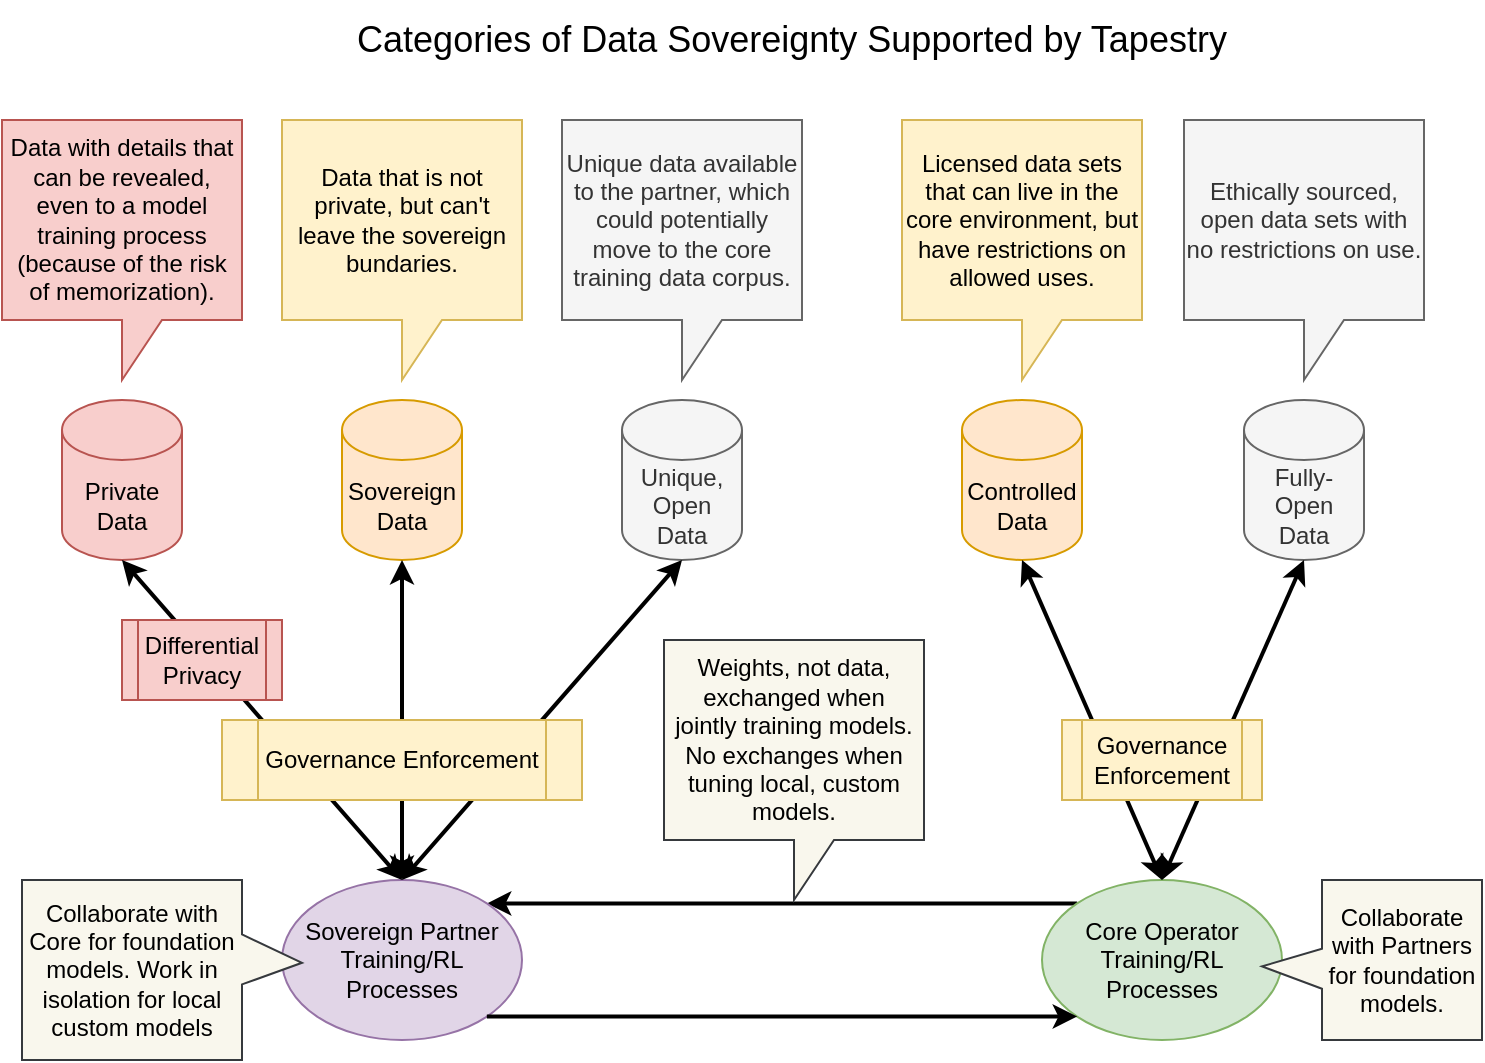
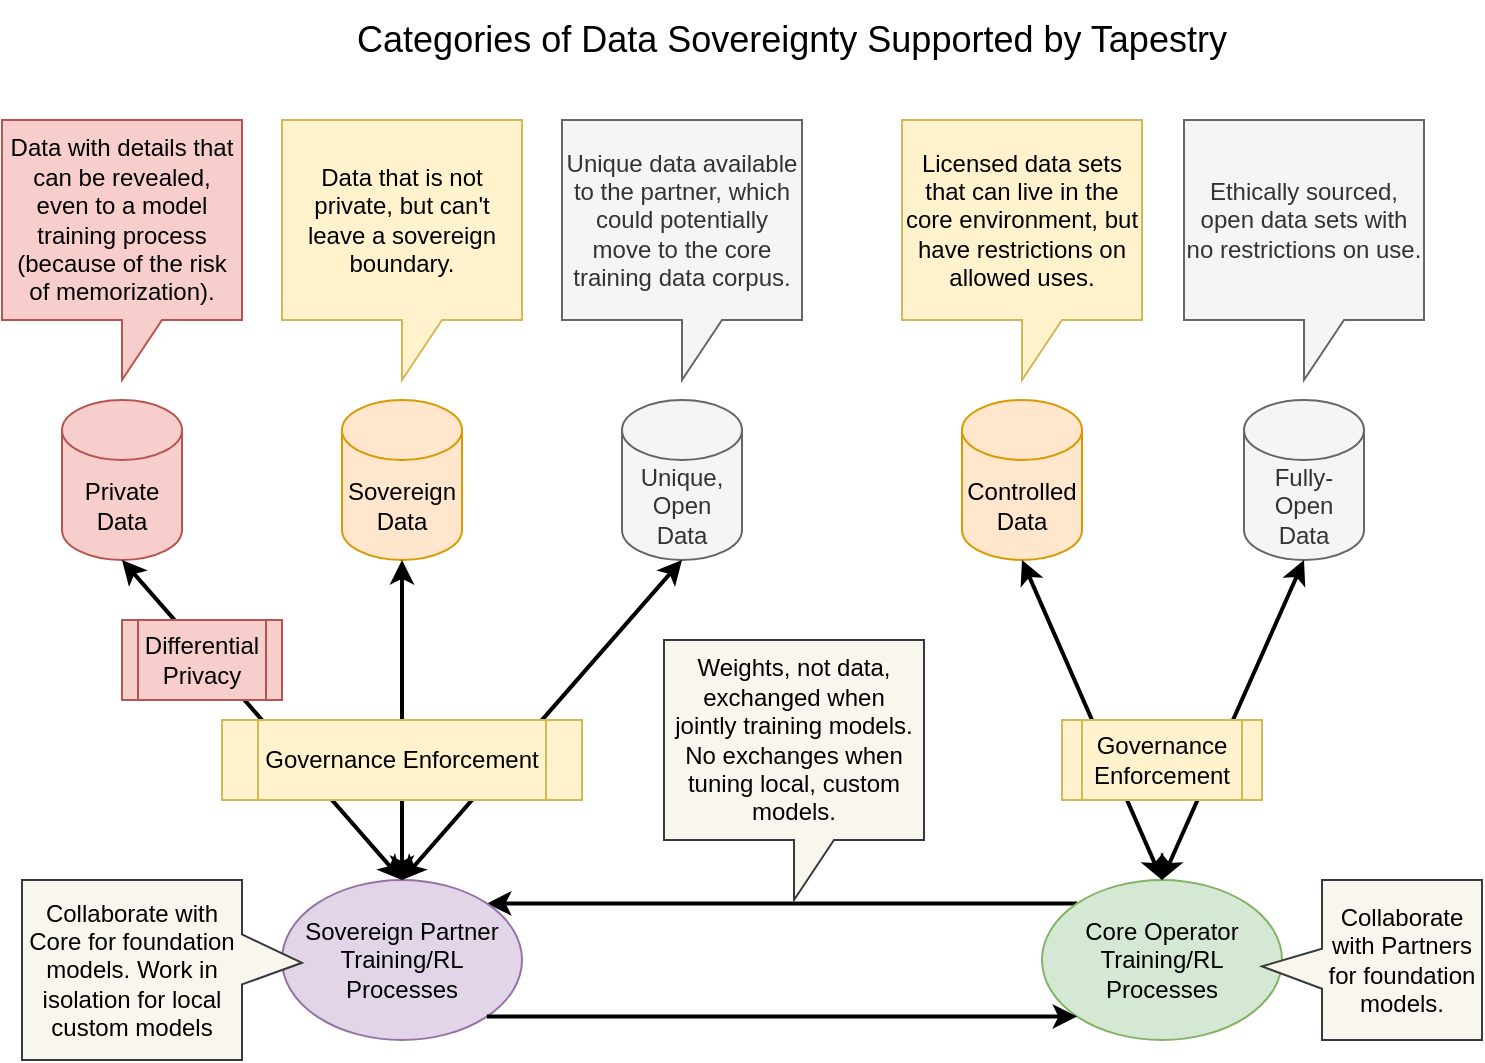
<mxfile host="Electron">
  <diagram name="Page-1" id="5GKT-VihkCmrRgoHBOGI">
-     <mxGraphModel dx="1328" dy="832" grid="1" gridSize="10" guides="1" tooltips="1" connect="1" arrows="1" fold="1" page="1" pageScale="1" pageWidth="850" pageHeight="1100" math="0" shadow="0">
+     <mxGraphModel dx="1926" dy="1206" grid="1" gridSize="10" guides="1" tooltips="1" connect="1" arrows="1" fold="1" page="1" pageScale="1" pageWidth="850" pageHeight="1100" math="0" shadow="0">
      <root>
        <mxCell id="0" />
        <mxCell id="1" parent="0" />
        <mxCell id="syFpzNw0Nt3ccXYTVD9k-30" edge="1" parent="1" source="syFpzNw0Nt3ccXYTVD9k-2" style="edgeStyle=none;rounded=0;orthogonalLoop=1;jettySize=auto;html=1;exitX=0;exitY=0;exitDx=0;exitDy=0;entryX=1;entryY=0;entryDx=0;entryDy=0;strokeWidth=2;" target="syFpzNw0Nt3ccXYTVD9k-3">
          <mxGeometry relative="1" as="geometry" />
        </mxCell>
        <mxCell id="syFpzNw0Nt3ccXYTVD9k-2" parent="1" style="ellipse;whiteSpace=wrap;html=1;fillColor=#d5e8d4;strokeColor=#82b366;" value="Core Operator Training/RL Processes" vertex="1">
          <mxGeometry height="80" width="120" x="580" y="480" as="geometry" />
        </mxCell>
        <mxCell id="syFpzNw0Nt3ccXYTVD9k-3" parent="1" style="ellipse;whiteSpace=wrap;html=1;fillColor=#e1d5e7;strokeColor=#9673a6;" value="Sovereign Partner Training/RL Processes" vertex="1">
          <mxGeometry height="80" width="120" x="200" y="480" as="geometry" />
        </mxCell>
        <mxCell id="syFpzNw0Nt3ccXYTVD9k-4" parent="1" style="shape=cylinder3;whiteSpace=wrap;html=1;boundedLbl=1;backgroundOutline=1;size=15;fillColor=#f8cecc;strokeColor=#b85450;" value="Private&lt;div&gt;Data&lt;/div&gt;" vertex="1">
          <mxGeometry height="80" width="60" x="90" y="240" as="geometry" />
        </mxCell>
        <mxCell id="syFpzNw0Nt3ccXYTVD9k-6" edge="1" parent="1" source="syFpzNw0Nt3ccXYTVD9k-3" style="endArrow=classic;startArrow=classic;html=1;rounded=0;entryX=0.5;entryY=1;entryDx=0;entryDy=0;entryPerimeter=0;exitX=0.5;exitY=0;exitDx=0;exitDy=0;strokeWidth=2;" target="syFpzNw0Nt3ccXYTVD9k-4" value="">
          <mxGeometry height="50" relative="1" width="50" as="geometry">
            <mxPoint x="420" y="500" as="sourcePoint" />
            <mxPoint x="470" y="450" as="targetPoint" />
          </mxGeometry>
        </mxCell>
        <mxCell id="syFpzNw0Nt3ccXYTVD9k-5" parent="1" style="shape=process;whiteSpace=wrap;html=1;backgroundOutline=1;fillColor=#f8cecc;strokeColor=#b85450;" value="Differential Privacy" vertex="1">
          <mxGeometry height="40" width="80" x="120" y="350" as="geometry" />
        </mxCell>
        <mxCell id="syFpzNw0Nt3ccXYTVD9k-7" parent="1" style="shape=cylinder3;whiteSpace=wrap;html=1;boundedLbl=1;backgroundOutline=1;size=15;fillColor=#ffe6cc;strokeColor=#d79b00;" value="Sovereign Data" vertex="1">
          <mxGeometry height="80" width="60" x="230" y="240" as="geometry" />
        </mxCell>
        <mxCell id="syFpzNw0Nt3ccXYTVD9k-8" edge="1" parent="1" source="syFpzNw0Nt3ccXYTVD9k-3" style="endArrow=classic;startArrow=classic;html=1;rounded=0;entryX=0.5;entryY=1;entryDx=0;entryDy=0;entryPerimeter=0;exitX=0.5;exitY=0;exitDx=0;exitDy=0;strokeWidth=2;" target="syFpzNw0Nt3ccXYTVD9k-7" value="">
          <mxGeometry height="50" relative="1" width="50" as="geometry">
            <mxPoint x="260" y="440" as="sourcePoint" />
            <mxPoint x="570" y="450" as="targetPoint" />
          </mxGeometry>
        </mxCell>
        <mxCell id="syFpzNw0Nt3ccXYTVD9k-10" parent="1" style="shape=cylinder3;whiteSpace=wrap;html=1;boundedLbl=1;backgroundOutline=1;size=15;fillColor=#f5f5f5;strokeColor=#666666;fontColor=#333333;" value="Unique, Open Data" vertex="1">
          <mxGeometry height="80" width="60" x="370" y="240" as="geometry" />
        </mxCell>
        <mxCell id="syFpzNw0Nt3ccXYTVD9k-11" edge="1" parent="1" source="syFpzNw0Nt3ccXYTVD9k-3" style="endArrow=classic;startArrow=classic;html=1;rounded=0;entryX=0.5;entryY=1;entryDx=0;entryDy=0;entryPerimeter=0;exitX=0.5;exitY=0;exitDx=0;exitDy=0;strokeWidth=2;" target="syFpzNw0Nt3ccXYTVD9k-10" value="">
          <mxGeometry height="50" relative="1" width="50" as="geometry">
            <mxPoint x="310" y="460" as="sourcePoint" />
            <mxPoint x="660" y="470" as="targetPoint" />
          </mxGeometry>
        </mxCell>
        <mxCell id="syFpzNw0Nt3ccXYTVD9k-12" parent="1" style="shape=callout;whiteSpace=wrap;html=1;perimeter=calloutPerimeter;fillColor=#f8cecc;strokeColor=#b85450;" value="Data with details that can be revealed, even to a model training process (because of the risk of memorization)." vertex="1">
          <mxGeometry height="130" width="120" x="60" y="100" as="geometry" />
        </mxCell>
-         <mxCell id="syFpzNw0Nt3ccXYTVD9k-13" parent="1" style="shape=callout;whiteSpace=wrap;html=1;perimeter=calloutPerimeter;fillColor=#fff2cc;strokeColor=#d6b656;" value="Data that is not private, but can&#39;t leave the sovereign bundaries." vertex="1">
+         <mxCell id="syFpzNw0Nt3ccXYTVD9k-13" parent="1" style="shape=callout;whiteSpace=wrap;html=1;perimeter=calloutPerimeter;fillColor=#fff2cc;strokeColor=#d6b656;" value="Data that is not private, but can&#39;t leave a sovereign boundary." vertex="1">
          <mxGeometry height="130" width="120" x="200" y="100" as="geometry" />
        </mxCell>
        <mxCell id="syFpzNw0Nt3ccXYTVD9k-14" parent="1" style="shape=callout;whiteSpace=wrap;html=1;perimeter=calloutPerimeter;fillColor=#f5f5f5;strokeColor=#666666;fontColor=#333333;" value="Unique data available to the partner, which could potentially move to the core training data corpus." vertex="1">
          <mxGeometry height="130" width="120" x="340" y="100" as="geometry" />
        </mxCell>
        <mxCell id="syFpzNw0Nt3ccXYTVD9k-15" parent="1" style="shape=cylinder3;whiteSpace=wrap;html=1;boundedLbl=1;backgroundOutline=1;size=15;fillColor=#f5f5f5;strokeColor=#666666;fontColor=#333333;" value="Fully- Open Data" vertex="1">
          <mxGeometry height="80" width="60" x="681" y="240" as="geometry" />
        </mxCell>
        <mxCell id="syFpzNw0Nt3ccXYTVD9k-16" parent="1" style="shape=callout;whiteSpace=wrap;html=1;perimeter=calloutPerimeter;fillColor=#f5f5f5;strokeColor=#666666;fontColor=#333333;" value="Ethically sourced, open data sets with no restrictions on use." vertex="1">
          <mxGeometry height="130" width="120" x="651" y="100" as="geometry" />
        </mxCell>
        <mxCell id="syFpzNw0Nt3ccXYTVD9k-17" parent="1" style="shape=cylinder3;whiteSpace=wrap;html=1;boundedLbl=1;backgroundOutline=1;size=15;fillColor=#ffe6cc;strokeColor=#d79b00;" value="Controlled Data" vertex="1">
          <mxGeometry height="80" width="60" x="540" y="240" as="geometry" />
        </mxCell>
        <mxCell id="syFpzNw0Nt3ccXYTVD9k-18" edge="1" parent="1" source="syFpzNw0Nt3ccXYTVD9k-2" style="endArrow=classic;startArrow=classic;html=1;rounded=0;entryX=0.5;entryY=1;entryDx=0;entryDy=0;entryPerimeter=0;exitX=0.5;exitY=0;exitDx=0;exitDy=0;strokeWidth=2;" target="syFpzNw0Nt3ccXYTVD9k-17" value="">
          <mxGeometry height="50" relative="1" width="50" as="geometry">
            <mxPoint x="550" y="400" as="sourcePoint" />
            <mxPoint x="860" y="450" as="targetPoint" />
          </mxGeometry>
        </mxCell>
        <mxCell id="syFpzNw0Nt3ccXYTVD9k-19" parent="1" style="shape=callout;whiteSpace=wrap;html=1;perimeter=calloutPerimeter;fillColor=#fff2cc;strokeColor=#d6b656;" value="Licensed data sets that can live in the core environment, but have restrictions on allowed uses." vertex="1">
          <mxGeometry height="130" width="120" x="510" y="100" as="geometry" />
        </mxCell>
        <mxCell id="syFpzNw0Nt3ccXYTVD9k-20" edge="1" parent="1" source="syFpzNw0Nt3ccXYTVD9k-2" style="endArrow=classic;startArrow=classic;html=1;rounded=0;entryX=0.5;entryY=1;entryDx=0;entryDy=0;entryPerimeter=0;exitX=0.5;exitY=0;exitDx=0;exitDy=0;strokeWidth=2;" target="syFpzNw0Nt3ccXYTVD9k-15" value="">
          <mxGeometry height="50" relative="1" width="50" as="geometry">
            <mxPoint x="780" y="420" as="sourcePoint" />
            <mxPoint x="710" y="340" as="targetPoint" />
          </mxGeometry>
        </mxCell>
        <mxCell id="syFpzNw0Nt3ccXYTVD9k-21" parent="1" style="shape=process;whiteSpace=wrap;html=1;backgroundOutline=1;fillColor=#fff2cc;strokeColor=#d6b656;" value="Governance Enforcement" vertex="1">
          <mxGeometry height="40" width="180" x="170" y="400" as="geometry" />
        </mxCell>
        <mxCell id="syFpzNw0Nt3ccXYTVD9k-22" parent="1" style="shape=process;whiteSpace=wrap;html=1;backgroundOutline=1;fillColor=#fff2cc;strokeColor=#d6b656;" value="Governance Enforcement" vertex="1">
          <mxGeometry height="40" width="100" x="590" y="400" as="geometry" />
        </mxCell>
        <mxCell id="syFpzNw0Nt3ccXYTVD9k-24" parent="1" style="text;html=1;whiteSpace=wrap;strokeColor=none;fillColor=none;align=center;verticalAlign=middle;rounded=0;autosize=1;resizable=0;" value="&lt;font style=&quot;font-size: 18px;&quot;&gt;Categories of Data Sovereignty Supported by Tapestry&lt;/font&gt;" vertex="1">
          <mxGeometry height="40" width="460" x="225" y="40" as="geometry" />
        </mxCell>
        <mxCell id="syFpzNw0Nt3ccXYTVD9k-31" edge="1" parent="1" source="syFpzNw0Nt3ccXYTVD9k-3" style="edgeStyle=none;rounded=0;orthogonalLoop=1;jettySize=auto;html=1;exitX=1;exitY=1;exitDx=0;exitDy=0;entryX=0;entryY=1;entryDx=0;entryDy=0;strokeWidth=2;" target="syFpzNw0Nt3ccXYTVD9k-2">
          <mxGeometry relative="1" as="geometry">
            <mxPoint x="676" y="580" as="sourcePoint" />
            <mxPoint x="360" y="580" as="targetPoint" />
          </mxGeometry>
        </mxCell>
        <mxCell id="syFpzNw0Nt3ccXYTVD9k-33" parent="1" style="shape=callout;whiteSpace=wrap;html=1;perimeter=calloutPerimeter;fillColor=#f9f7ed;strokeColor=#36393d;" value="&lt;span style=&quot;color: rgb(0, 0, 0);&quot;&gt;Weights, not data, exchanged when&lt;/span&gt;&lt;div style=&quot;color: rgb(0, 0, 0);&quot;&gt;jointly training models. No exchanges when tuning local, custom models.&lt;/div&gt;" vertex="1">
          <mxGeometry height="130" width="130" x="391" y="360" as="geometry" />
        </mxCell>
        <mxCell id="syFpzNw0Nt3ccXYTVD9k-35" parent="1" style="shape=callout;whiteSpace=wrap;html=1;perimeter=calloutPerimeter;position2=0.54;direction=north;size=30;position=0.42;fillColor=#f9f7ed;strokeColor=#36393d;base=25;" value="Collaborate with Core for foundation models. Work in isolation for local custom models" vertex="1">
          <mxGeometry height="90" width="140" x="70" y="480" as="geometry" />
        </mxCell>
        <mxCell id="syFpzNw0Nt3ccXYTVD9k-36" parent="1" style="shape=callout;whiteSpace=wrap;html=1;perimeter=calloutPerimeter;position2=0.54;direction=south;size=30;position=0.43;fillColor=#f9f7ed;strokeColor=#36393d;base=20;" value="Collaborate with Partners for foundation models." vertex="1">
          <mxGeometry height="80" width="110" x="690" y="480" as="geometry" />
        </mxCell>
      </root>
    </mxGraphModel>
  </diagram>
</mxfile>
